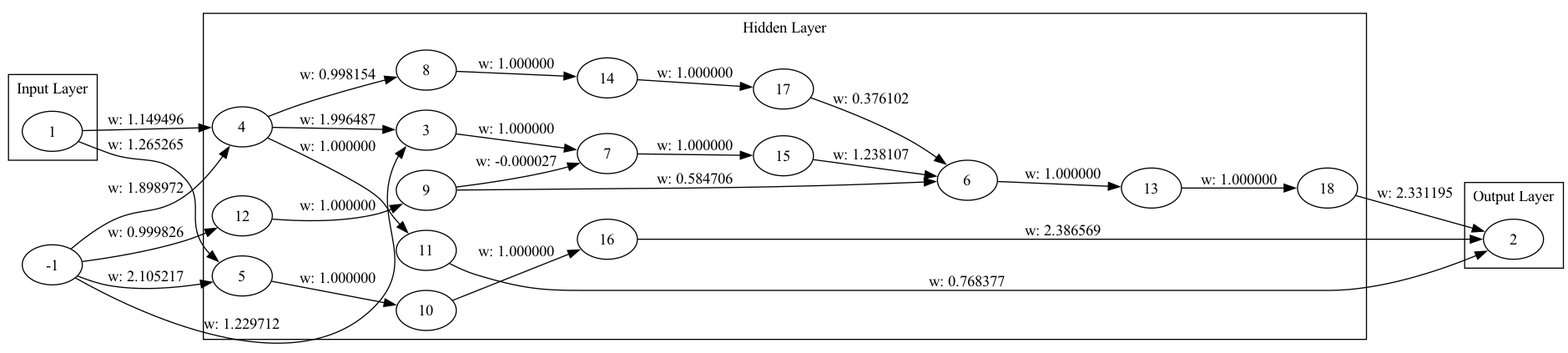
malikAkurtz/TradingSystem keeps this Graphviz diagram as genome_graph.png. Above is the earlier version. Its source is kept beside it as genome_graph.dot.
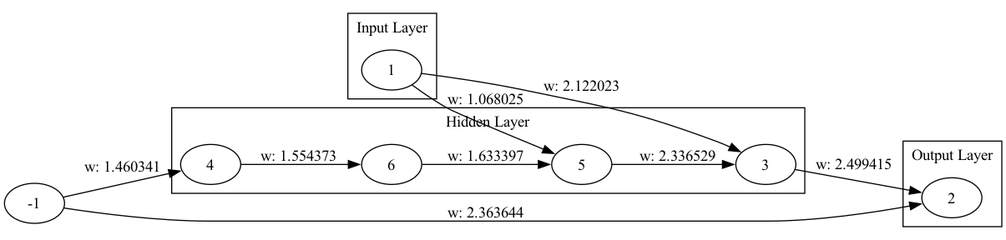
The same file after the commit.

Change to the diagram source:
```diff
@@ -10,46 +10,17 @@
     4;
     5;
     6;
-    7;
-    8;
-    9;
-    10;
-    11;
-    12;
-    13;
-    14;
-    15;
-    16;
-    17;
-    18;
   }
   subgraph cluster_2 {
     label="Output Layer";
     2;
   }
-  -1 -> 3 [label="w: 1.229712"];
-  1 -> 4 [label="w: 1.149496"];
-  4 -> 3 [label="w: 1.996487"];
-  -1 -> 5 [label="w: 2.105217"];
-  1 -> 5 [label="w: 1.265265"];
-  -1 -> 4 [label="w: 1.898972"];
-  3 -> 7 [label="w: 1.000000"];
-  4 -> 8 [label="w: 0.998154"];
-  9 -> 6 [label="w: 0.584706"];
-  5 -> 10 [label="w: 1.000000"];
-  4 -> 11 [label="w: 1.000000"];
-  11 -> 2 [label="w: 0.768377"];
-  -1 -> 12 [label="w: 0.999826"];
-  12 -> 9 [label="w: 1.000000"];
-  9 -> 7 [label="w: -0.000027"];
-  6 -> 13 [label="w: 1.000000"];
-  8 -> 14 [label="w: 1.000000"];
-  7 -> 15 [label="w: 1.000000"];
-  15 -> 6 [label="w: 1.238107"];
-  10 -> 16 [label="w: 1.000000"];
-  16 -> 2 [label="w: 2.386569"];
-  14 -> 17 [label="w: 1.000000"];
-  17 -> 6 [label="w: 0.376102"];
-  13 -> 18 [label="w: 1.000000"];
-  18 -> 2 [label="w: 2.331195"];
+  -1 -> 2 [label="w: 2.363644"];
+  1 -> 3 [label="w: 2.122023"];
+  3 -> 2 [label="w: 2.499415"];
+  -1 -> 4 [label="w: 1.460341"];
+  5 -> 3 [label="w: 2.336529"];
+  4 -> 6 [label="w: 1.554373"];
+  6 -> 5 [label="w: 1.633397"];
+  1 -> 5 [label="w: 1.068025"];
 }
```
